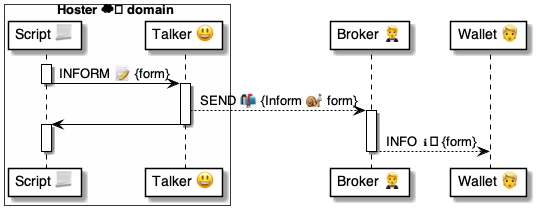
pollyweb-org/pollyweb-docs keeps this PlantUML diagram as 4 ⚙️ Solution/41 🎭 Domain Roles/Consumers 💼/💼⌘ Consumer cmds/INFORM 📝/📝 INFORM ⚙️ uml.png. Above is the earlier version. Its source is kept beside it as 4 ⚙️ Solution/41 🎭 Domain Roles/Consumers 💼/💼⌘ Consumer cmds/INFORM 📝/📝 INFORM ⚙️ uml.puml.
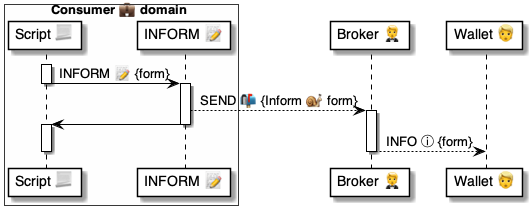
Later version of the same file.

Diff of the diagram source:
```diff
@@ -1,8 +1,8 @@
-@startuml SHARE
+@startuml INFORM
 
-box Hoster ☁️ domain #FFFFFA
+box Consumer 💼 domain #FFFFFA
     participant "Script 📃" as script
-    participant "Talker 😃" as talker
+    participant "INFORM 📝" as talker
 end box
 
 participant "Broker 🤵" as broker
@@ -19,7 +19,7 @@
 deactivate talker
 activate script
 
-    broker --> wallet: INFO ℹ️ {form}
+    broker --> wallet: INFO ⓘ {form}
 deactivate broker
 
 deactivate script
```
